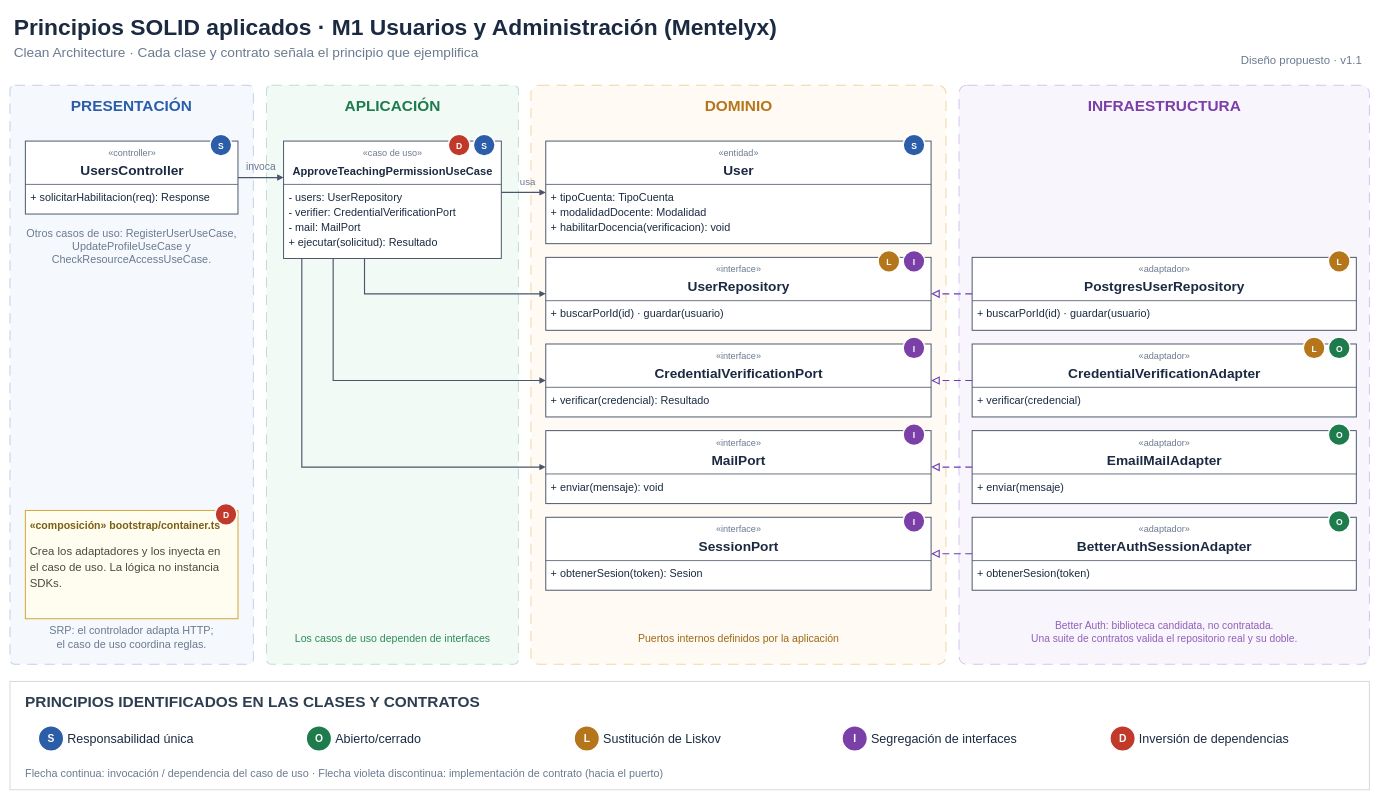
Earlier version of the draw.io diagram docs/img/fuente_drawio/principios-solid-m1.drawio (100robert/Mentelyx). Source tidied: cells renumbered, new cells numbered last; positions are measured from the earlier drawing's top-left corner, leaving out a move shared by most shapes. Both pictures are drawn from the tidied source at 57%, with x=0, y=0 at pixel (10, 10).
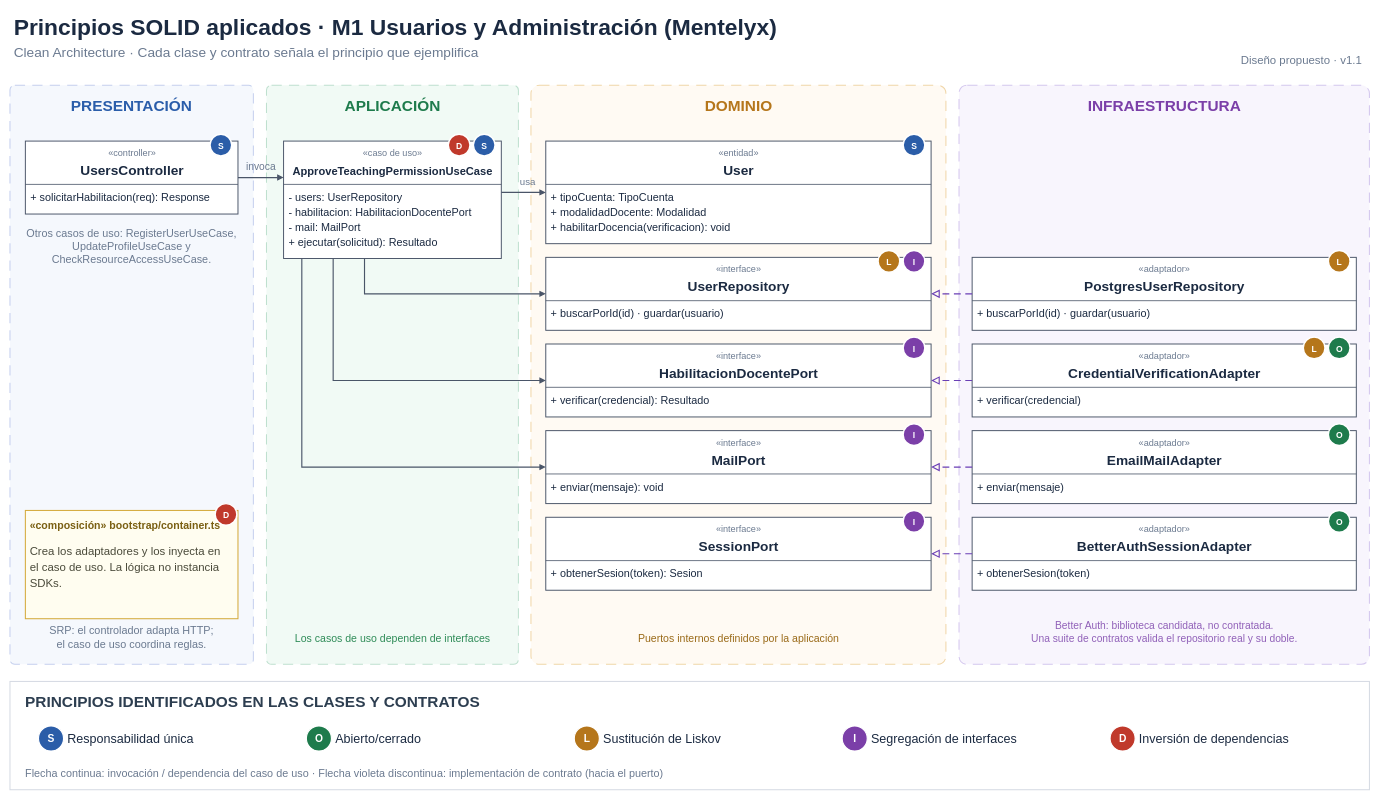
The same diagram, later.

The change refers to these unchanged cells:
```xml
<mxCell id="13" style="rounded=0;arcSize=2;whiteSpace=wrap;html=1;fillColor=#FFFFFF;strokeColor=#4A5568;strokeWidth=1.7;fontFamily=Arial;align=center;verticalAlign=middle;spacingLeft=0;spacingRight=0;spacingTop=0;spacingBottom=0;" parent="1" vertex="1">
  <mxGeometry x="480" y="230" width="382" height="206" as="geometry" />
</mxCell>
<mxCell id="65" style="rounded=0;arcSize=2;whiteSpace=wrap;html=1;fillColor=#FFFFFF;strokeColor=#4A5568;strokeWidth=1.7;fontFamily=Arial;align=center;verticalAlign=middle;spacingLeft=0;spacingRight=0;spacingTop=0;spacingBottom=0;" parent="1" vertex="1">
  <mxGeometry x="940" y="586" width="676" height="128" as="geometry" />
</mxCell>
```

Change to the diagram source:
```diff
@@
-    <mxCell id="17" value="- verifier: CredentialVerificationPort" style="text;html=1;strokeColor=none;fillColor=none;align=left;verticalAlign=middle;whiteSpace=nowrap;spacing=0;fontSize=19;fontStyle=0;fontColor=#1B2A41;fontFamily=Arial;" parent="13" vertex="1">
+    <mxCell id="17" value="- habilitacion: HabilitacionDocentePort" style="text;html=1;strokeColor=none;fillColor=none;align=left;verticalAlign=middle;whiteSpace=nowrap;spacing=0;fontSize=19;fontStyle=0;fontColor=#1B2A41;fontFamily=Arial;" parent="13" vertex="1">
       <mxGeometry x="9" y="112.1" width="307.6" height="28.5" as="geometry" />
     </mxCell>
@@
-    <mxCell id="67" value="CredentialVerificationPort" style="text;html=1;strokeColor=none;fillColor=none;align=center;verticalAlign=middle;whiteSpace=nowrap;spacing=0;fontSize=24;fontStyle=1;fontColor=#1B2A41;fontFamily=Arial;" parent="65" vertex="1">
+    <mxCell id="67" value="HabilitacionDocentePort" style="text;html=1;strokeColor=none;fillColor=none;align=center;verticalAlign=middle;whiteSpace=nowrap;spacing=0;fontSize=24;fontStyle=1;fontColor=#1B2A41;fontFamily=Arial;" parent="65" vertex="1">
       <mxGeometry x="183.6" y="33.8" width="308.8" height="36" as="geometry" />
     </mxCell>
```
